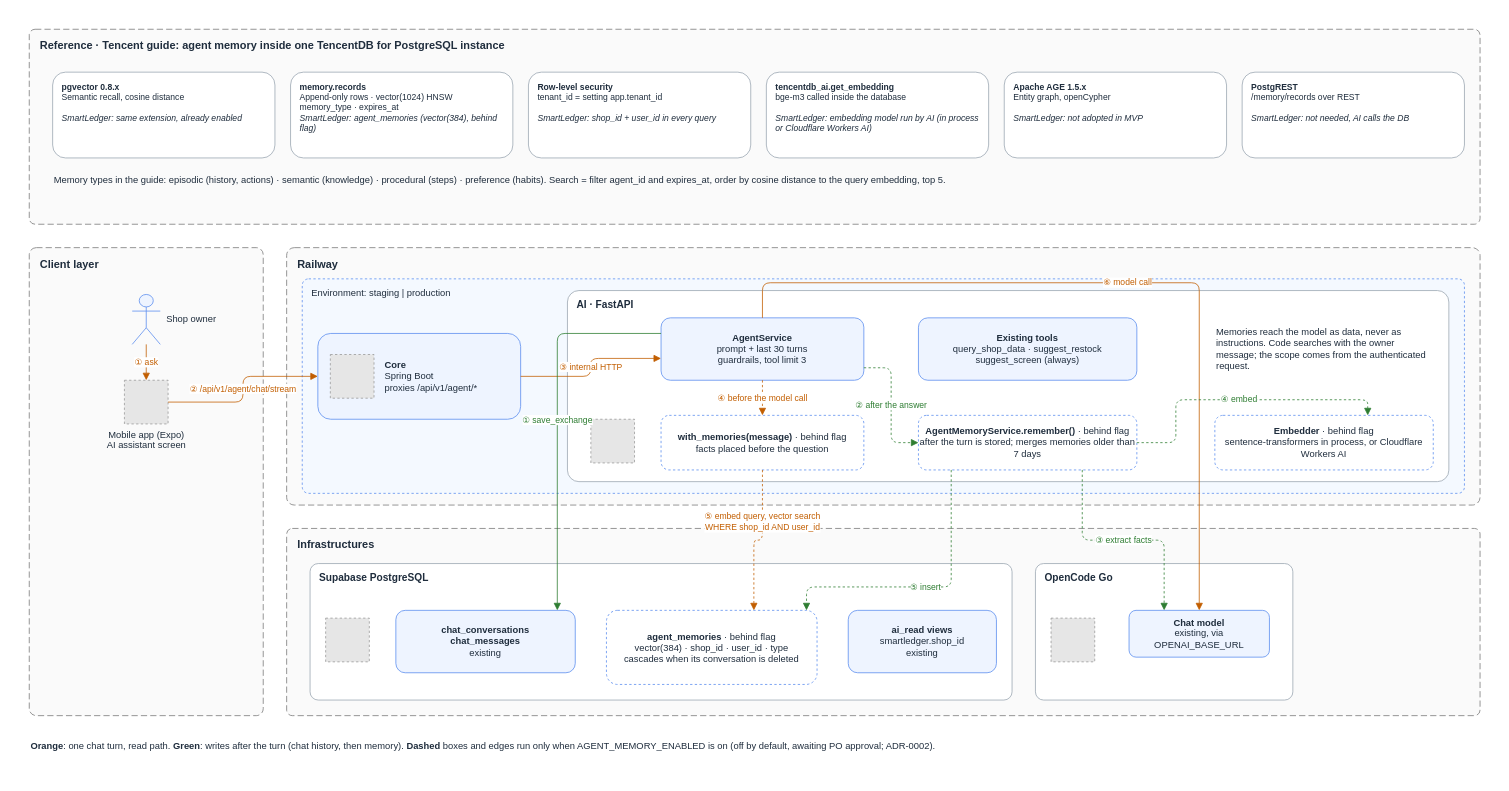
Above: docs/architecture/diagrams/src/agent-memory.drawio in miphu2804/smart-ledger (draw.io), before the change. Source tidied: cells renumbered, new cells numbered last; positions are measured from the earlier drawing's top-left corner, leaving out a move shared by most shapes. Both pictures are drawn from the tidied source at 78%, with x=0, y=0 at pixel (13, 13). Pictures stored in the file or linked from it are replaced by grey dashed boxes.
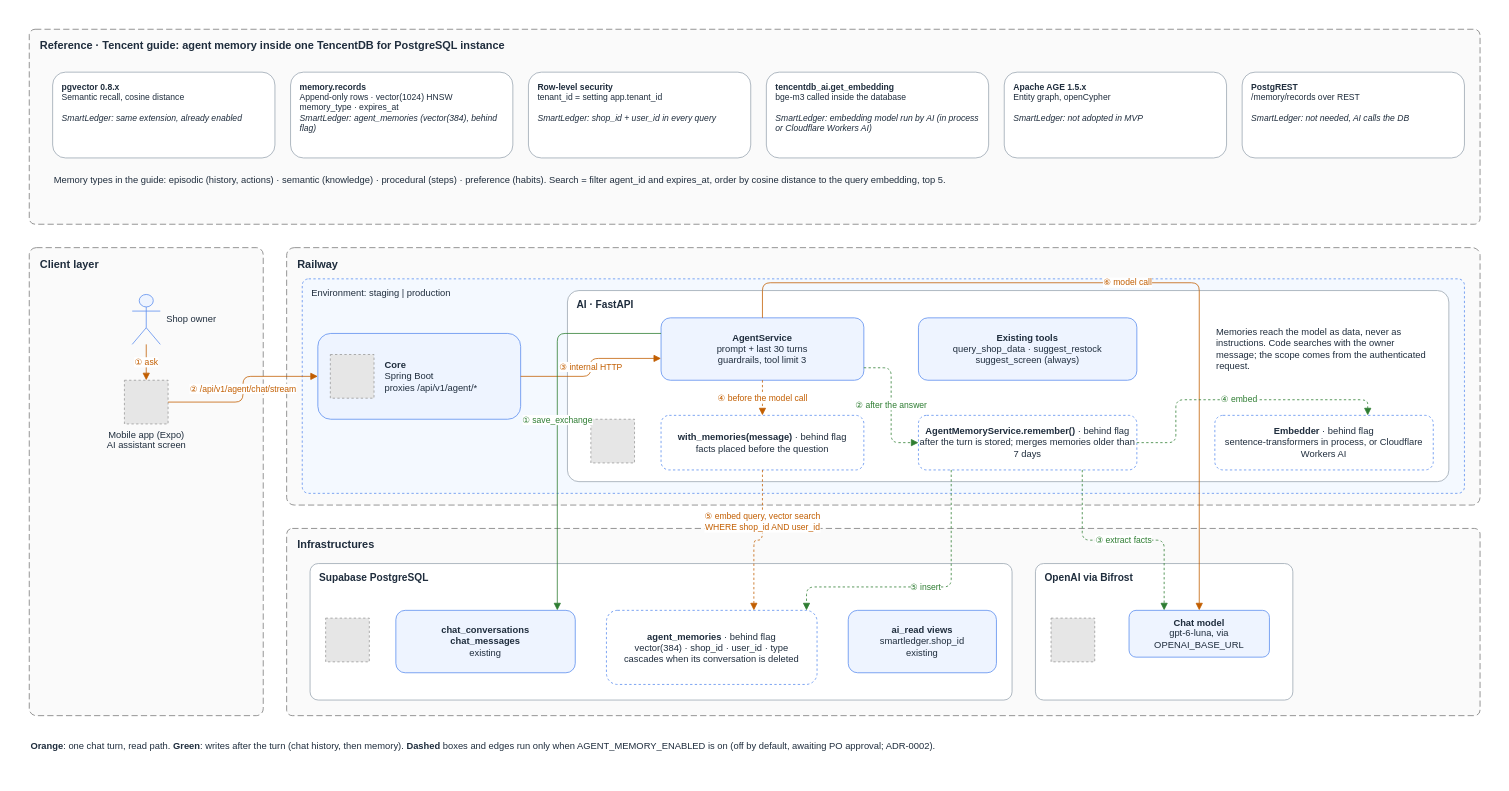
The same page after the edit.

Commit message (it also covers changes not shown here):
docs: record OpenAI native and Inception through Bifrost

Unchanged cells that the change refers to:
```xml
<mxCell id="25" value="Infrastructures" style="rounded=1;arcSize=3;whiteSpace=wrap;html=1;dashed=1;dashPattern=8 4;fillColor=#fafafa;strokeColor=#7a7a7a;fontColor=#1f2d3d;verticalAlign=top;align=left;spacingLeft=12;spacingTop=6;fontStyle=1;fontSize=14;" parent="1" vertex="1">
  <mxGeometry x="350" y="660" width="1530" height="240" as="geometry" />
</mxCell>
```

Diff of the diagram source:
```diff
@@
-    <mxCell id="31" value="OpenCode Go" style="rounded=1;arcSize=6;whiteSpace=wrap;html=1;fillColor=#ffffff;strokeColor=#9aa5b1;fontColor=#1f2d3d;verticalAlign=top;align=left;spacingLeft=10;spacingTop=4;fontStyle=1;fontSize=13;" parent="25" vertex="1">
+    <mxCell id="31" value="OpenAI via Bifrost" style="rounded=1;arcSize=6;whiteSpace=wrap;html=1;fillColor=#ffffff;strokeColor=#9aa5b1;fontColor=#1f2d3d;verticalAlign=top;align=left;spacingLeft=10;spacingTop=4;fontStyle=1;fontSize=13;" parent="25" vertex="1">
       <mxGeometry x="960" y="45" width="330" height="175" as="geometry" />
     </mxCell>
@@
-    <mxCell id="33" value="&lt;b&gt;Chat model&lt;/b&gt;&lt;br&gt;existing, via OPENAI_BASE_URL" style="rounded=1;whiteSpace=wrap;html=1;fillColor=#eef4ff;strokeColor=#5b8def;fontColor=#1f2d3d;fontSize=12;" parent="31" vertex="1">
+    <mxCell id="33" value="&lt;b&gt;Chat model&lt;/b&gt;&lt;br&gt;gpt-6-luna, via OPENAI_BASE_URL" style="rounded=1;whiteSpace=wrap;html=1;fillColor=#eef4ff;strokeColor=#5b8def;fontColor=#1f2d3d;fontSize=12;" parent="31" vertex="1">
       <mxGeometry x="120" y="60" width="180" height="60" as="geometry" />
     </mxCell>
```
